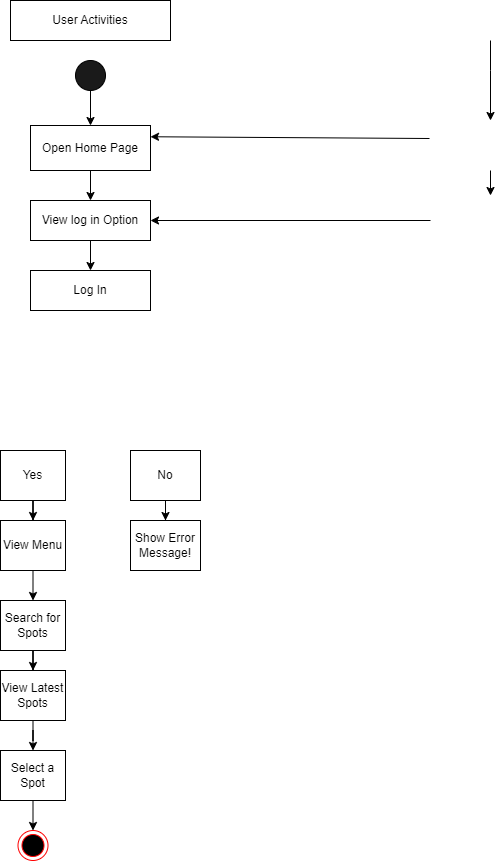
Earlier version of the draw.io export UseCases/Active Diagram.drawio.png (sarahelhnbaly/IDiscovery). Source tidied: cells renumbered, new cells last; positions are measured from the earlier drawing's top-left corner, leaving out a move shared by most shapes. Source of this version:
```xml
<mxGraphModel>
  <root>
    <mxCell id="0" />
    <mxCell id="1" parent="0" />
    <mxCell id="2" value="User Activities" style="rounded=0;whiteSpace=wrap;html=1;" parent="1" vertex="1">
      <mxGeometry x="10" width="160" height="40" as="geometry" />
    </mxCell>
    <mxCell id="3" style="edgeStyle=orthogonalEdgeStyle;rounded=0;orthogonalLoop=1;jettySize=auto;html=1;" parent="1" edge="1">
      <mxGeometry relative="1" as="geometry">
        <mxPoint x="490" y="40" as="sourcePoint" />
        <mxPoint x="490" y="120" as="targetPoint" />
        <Array as="points">
          <mxPoint x="490" y="70" />
          <mxPoint x="490" y="70" />
        </Array>
      </mxGeometry>
    </mxCell>
    <mxCell id="4" style="edgeStyle=orthogonalEdgeStyle;rounded=0;jettySize=auto;html=1;" parent="1" edge="1" source="5" target="7">
      <mxGeometry relative="1" as="geometry" />
    </mxCell>
    <mxCell id="5" style="ellipse;whiteSpace=wrap;html=1;fillColor=#1A1A1A;" parent="1" vertex="1">
      <mxGeometry x="75" y="60" width="30" height="30" as="geometry" />
    </mxCell>
    <mxCell id="6" style="edgeStyle=orthogonalEdgeStyle;rounded=0;jettySize=auto;html=1;" parent="1" edge="1" source="7" target="9">
      <mxGeometry relative="1" as="geometry" />
    </mxCell>
    <mxCell id="7" value="Open Home Page" style="whiteSpace=wrap;html=1;" parent="1" vertex="1">
      <mxGeometry x="30" y="125" width="120" height="45" as="geometry" />
    </mxCell>
    <mxCell id="8" style="edgeStyle=orthogonalEdgeStyle;rounded=0;jettySize=auto;html=1;" parent="1" edge="1" source="9" target="10">
      <mxGeometry relative="1" as="geometry" />
    </mxCell>
    <mxCell id="9" value="View log in Option" style="whiteSpace=wrap;html=1;" parent="1" vertex="1">
      <mxGeometry x="30" y="200" width="120" height="40" as="geometry" />
    </mxCell>
    <mxCell id="10" value="Log In" style="whiteSpace=wrap;html=1;" parent="1" vertex="1">
      <mxGeometry x="30" y="270" width="120" height="40" as="geometry" />
    </mxCell>
    <mxCell id="11" style="edgeStyle=orthogonalEdgeStyle;rounded=0;jettySize=auto;html=1;" parent="1" edge="1" source="12" target="16">
      <mxGeometry relative="1" as="geometry" />
    </mxCell>
    <mxCell id="12" value="No" style="whiteSpace=wrap;html=1;" parent="1" vertex="1">
      <mxGeometry x="130" y="450" width="70" height="50" as="geometry" />
    </mxCell>
    <mxCell id="13" style="edgeStyle=orthogonalEdgeStyle;rounded=0;jettySize=auto;html=1;" parent="1" edge="1" source="14" target="15">
      <mxGeometry relative="1" as="geometry" />
    </mxCell>
    <mxCell id="14" value="Yes" style="whiteSpace=wrap;html=1;" parent="1" vertex="1">
      <mxGeometry y="450" width="65" height="50" as="geometry" />
    </mxCell>
    <mxCell id="15" value="View Menu" style="whiteSpace=wrap;html=1;" parent="1" vertex="1">
      <mxGeometry y="520" width="65" height="50" as="geometry" />
    </mxCell>
    <mxCell id="16" value="Show Error Message!" style="whiteSpace=wrap;html=1;" parent="1" vertex="1">
      <mxGeometry x="130" y="520" width="70" height="50" as="geometry" />
    </mxCell>
    <mxCell id="17" style="edgeStyle=orthogonalEdgeStyle;rounded=0;jettySize=auto;html=1;" parent="1" edge="1" target="20">
      <mxGeometry relative="1" as="geometry">
        <mxPoint x="32.5" y="650" as="sourcePoint" />
      </mxGeometry>
    </mxCell>
    <mxCell id="18" style="edgeStyle=orthogonalEdgeStyle;rounded=0;orthogonalLoop=1;jettySize=auto;html=1;exitX=0.5;exitY=1;exitDx=0;exitDy=0;" parent="1" edge="1">
      <mxGeometry relative="1" as="geometry">
        <mxPoint x="390" y="370" as="sourcePoint" />
        <mxPoint x="390" y="370" as="targetPoint" />
      </mxGeometry>
    </mxCell>
    <mxCell id="19" style="edgeStyle=orthogonalEdgeStyle;rounded=0;jettySize=auto;html=1;" parent="1" edge="1" source="20" target="22">
      <mxGeometry relative="1" as="geometry" />
    </mxCell>
    <mxCell id="20" value="Search for Spots" style="whiteSpace=wrap;html=1;" parent="1" vertex="1">
      <mxGeometry y="600" width="65" height="50" as="geometry" />
    </mxCell>
    <mxCell id="21" style="edgeStyle=orthogonalEdgeStyle;rounded=0;jettySize=auto;html=1;" parent="1" edge="1" source="22" target="23">
      <mxGeometry relative="1" as="geometry" />
    </mxCell>
    <mxCell id="22" value="View Latest Spots" style="whiteSpace=wrap;html=1;" parent="1" vertex="1">
      <mxGeometry y="670" width="65" height="50" as="geometry" />
    </mxCell>
    <mxCell id="23" value="Select a Spot" style="whiteSpace=wrap;html=1;" parent="1" vertex="1">
      <mxGeometry y="750" width="65" height="50" as="geometry" />
    </mxCell>
    <mxCell id="24" style="ellipse;html=1;shape=endState;fillColor=#000000;strokeColor=#ff0000;" parent="1" vertex="1">
      <mxGeometry x="17.5" y="830" width="30" height="30" as="geometry" />
    </mxCell>
    <mxCell id="25" style="edgeStyle=orthogonalEdgeStyle;rounded=0;orthogonalLoop=1;jettySize=auto;html=1;" parent="1" edge="1">
      <mxGeometry relative="1" as="geometry">
        <mxPoint x="490" y="170" as="sourcePoint" />
        <mxPoint x="490" y="195" as="targetPoint" />
      </mxGeometry>
    </mxCell>
    <mxCell id="26" style="endArrow=classic;html=1;rounded=0;entryX=1;entryY=0.25;entryDx=0;entryDy=0;exitX=-0.007;exitY=0.36;exitDx=0;exitDy=0;exitPerimeter=0;" parent="1" edge="1" target="7">
      <mxGeometry relative="1" as="geometry">
        <mxPoint x="429" y="138" as="sourcePoint" />
      </mxGeometry>
    </mxCell>
    <mxCell id="27" style="endArrow=classic;html=1;rounded=0;exitX=0;exitY=0.5;exitDx=0;exitDy=0;entryX=1;entryY=0.5;entryDx=0;entryDy=0;" parent="1" edge="1" target="9">
      <mxGeometry relative="1" as="geometry">
        <mxPoint x="430" y="220" as="sourcePoint" />
      </mxGeometry>
    </mxCell>
    <mxCell id="28" style="endArrow=classic;html=1;rounded=0;exitX=0.5;exitY=1;exitDx=0;exitDy=0;entryX=0.5;entryY=0;entryDx=0;entryDy=0;" parent="1" edge="1" source="15" target="20">
      <mxGeometry relative="1" as="geometry" />
    </mxCell>
    <mxCell id="29" style="endArrow=classic;html=1;rounded=0;exitX=0.5;exitY=1;exitDx=0;exitDy=0;entryX=0.5;entryY=0;entryDx=0;entryDy=0;" parent="1" edge="1" source="23" target="24">
      <mxGeometry relative="1" as="geometry" />
    </mxCell>
  </root>
</mxGraphModel>
```
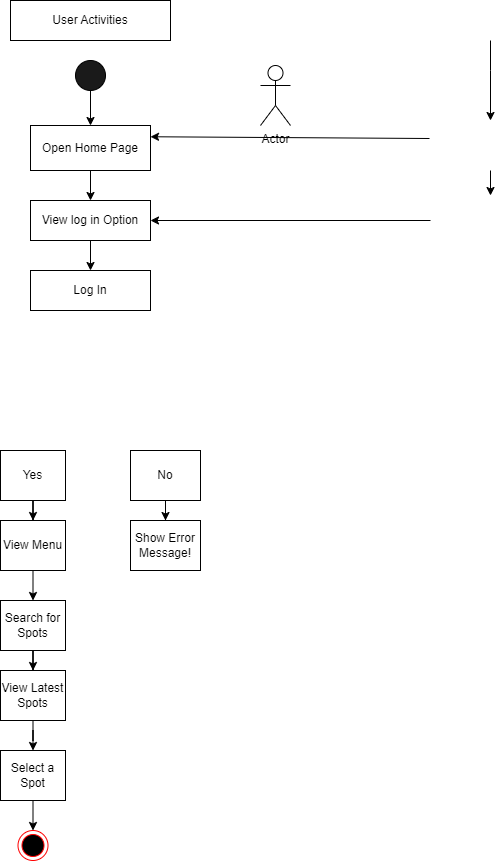
The same diagram one commit later.

Change to the diagram source:
```diff
@@ -105,5 +105,8 @@
     <mxCell id="29" style="endArrow=classic;html=1;rounded=0;exitX=0.5;exitY=1;exitDx=0;exitDy=0;entryX=0.5;entryY=0;entryDx=0;entryDy=0;" parent="1" edge="1" source="23" target="24">
       <mxGeometry relative="1" as="geometry" />
     </mxCell>
+    <mxCell id="30" value="Actor" style="shape=umlActor;verticalLabelPosition=bottom;verticalAlign=top;html=1;" parent="1" vertex="1">
+      <mxGeometry x="260" y="65" width="30" height="60" as="geometry" />
+    </mxCell>
   </root>
 </mxGraphModel>
```
